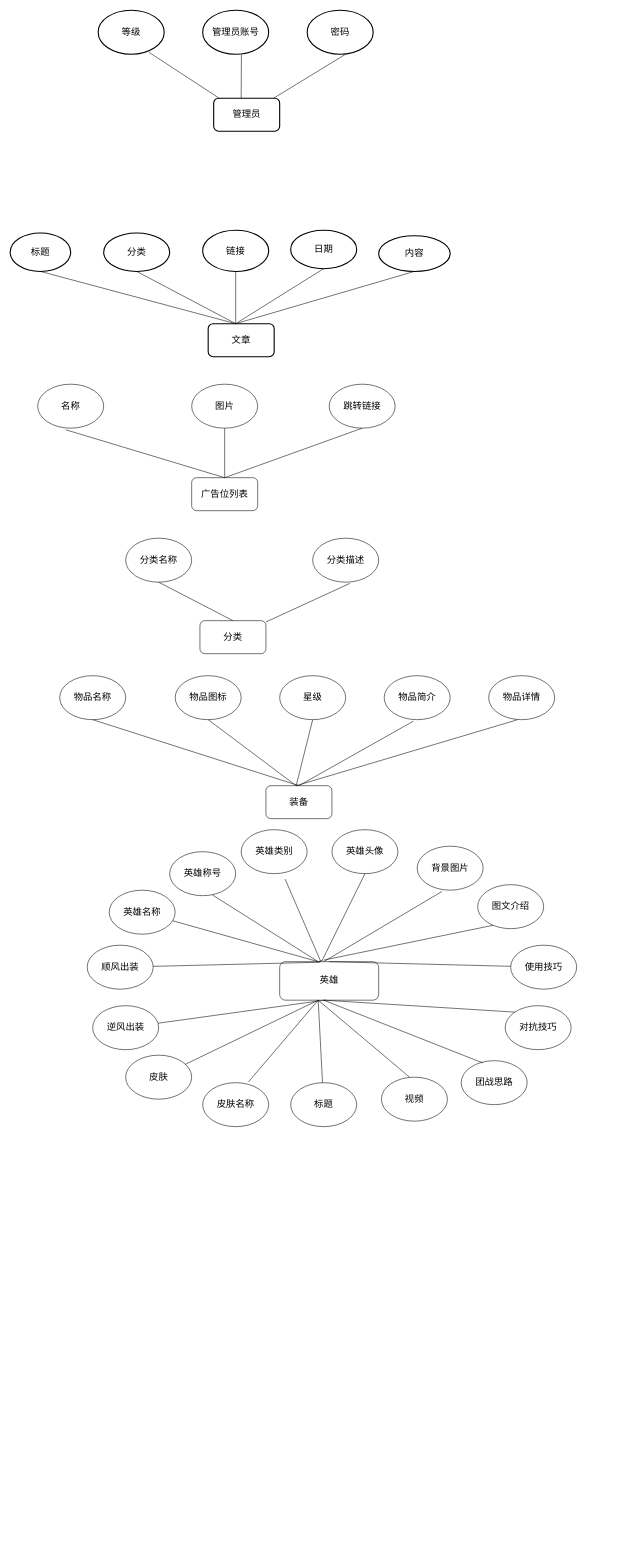
The draw.io diagram Untitled Diagram.drawio in Pengzhenglong/Drawio, before the edit. Source tidied: cells renumbered, new cells numbered last; positions are measured from the earlier drawing's top-left corner, leaving out a move shared by most shapes. Both pictures are drawn from the tidied source at 55%, with x=0, y=0 at pixel (10, 10).
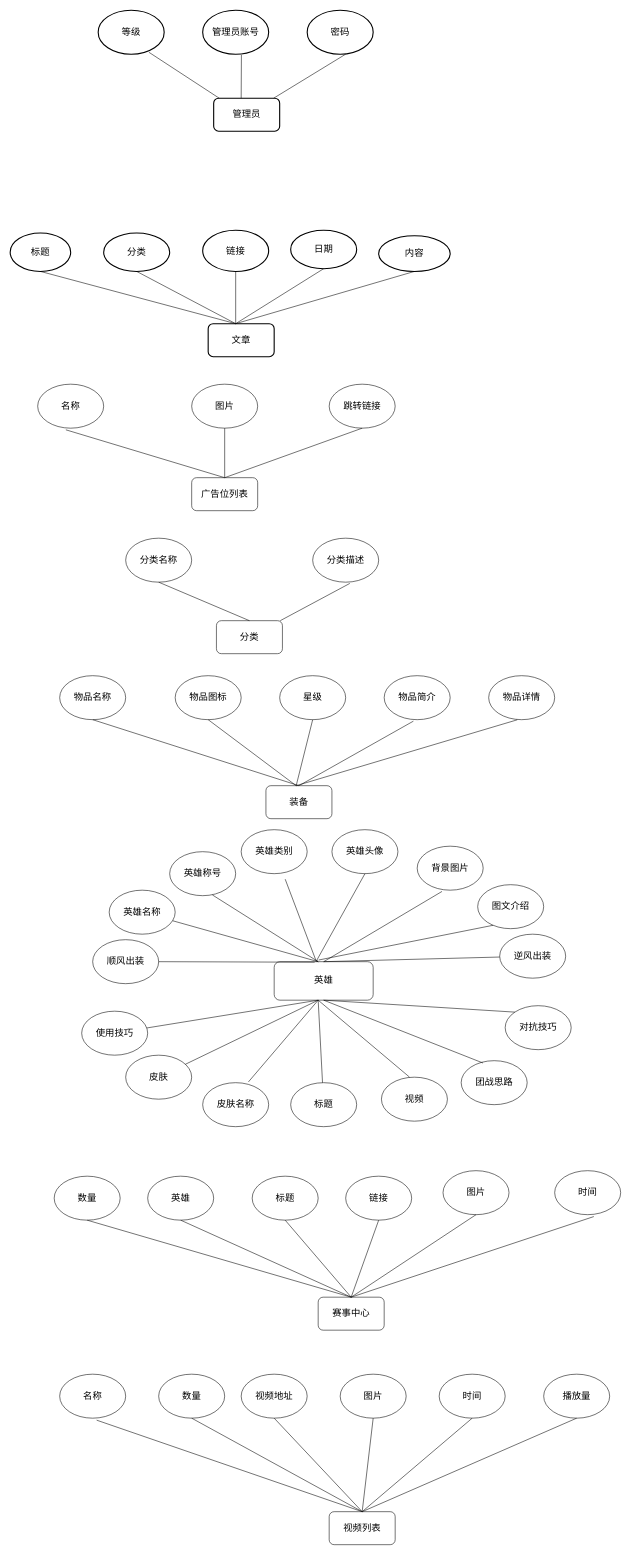
After the change.

Change to the diagram source:
```diff
@@
     <mxCell id="26" value="分类" style="rounded=1;whiteSpace=wrap;html=1;fontSize=17;" parent="1" vertex="1">
-      <mxGeometry x="345" y="1110" width="120" height="60" as="geometry" />
+      <mxGeometry x="375" y="1110" width="120" height="60" as="geometry" />
     </mxCell>
@@
     <mxCell id="35" value="英雄" style="rounded=1;whiteSpace=wrap;html=1;fontSize=17;" parent="1" vertex="1">
-      <mxGeometry x="490" y="1730" width="180" height="70" as="geometry" />
+      <mxGeometry x="480" y="1730" width="180" height="70" as="geometry" />
     </mxCell>
@@
     <mxCell id="56" value="顺风出装" style="ellipse;whiteSpace=wrap;html=1;fontSize=17;" parent="1" vertex="1">
-      <mxGeometry x="140" y="1700" width="120" height="80" as="geometry" />
+      <mxGeometry x="150" y="1690" width="120" height="80" as="geometry" />
     </mxCell>
     <mxCell id="57" value="逆风出装" style="ellipse;whiteSpace=wrap;html=1;fontSize=17;" parent="1" vertex="1">
-      <mxGeometry x="150" y="1810" width="120" height="80" as="geometry" />
+      <mxGeometry x="890" y="1680" width="120" height="80" as="geometry" />
     </mxCell>
     <mxCell id="58" value="使用技巧" style="ellipse;whiteSpace=wrap;html=1;fontSize=17;" parent="1" vertex="1">
-      <mxGeometry x="910" y="1700" width="120" height="80" as="geometry" />
+      <mxGeometry x="130" y="1820" width="120" height="80" as="geometry" />
     </mxCell>
@@
-    <mxCell id="67" style="endArrow=none;html=1;rounded=0;fontSize=17;entryX=0.462;entryY=0.997;entryDx=0;entryDy=0;entryPerimeter=0;" parent="1" edge="1" source="57" target="35">
-      <mxGeometry relative="1" as="geometry" />
+    <mxCell id="67" style="endArrow=none;html=1;rounded=0;fontSize=17;" parent="1" edge="1" source="57">
+      <mxGeometry relative="1" as="geometry">
+        <mxPoint x="570" y="1730" as="targetPoint" />
+      </mxGeometry>
     </mxCell>
@@
-    <mxCell id="75" style="endArrow=none;html=1;rounded=0;fontSize=17;exitX=0.5;exitY=0;exitDx=0;exitDy=0;" parent="1" edge="1" source="35" target="58">
-      <mxGeometry relative="1" as="geometry" />
-    </mxCell>
+    <mxCell id="76" style="endArrow=none;html=1;rounded=0;fontSize=17;" parent="1" edge="1" source="58">
+      <mxGeometry relative="1" as="geometry">
+        <mxPoint x="560" y="1800" as="targetPoint" />
+      </mxGeometry>
+    </mxCell>
+    <mxCell id="77" value="赛事中心" style="rounded=1;whiteSpace=wrap;html=1;fontSize=17;" parent="1" vertex="1">
+      <mxGeometry x="560" y="2340" width="120" height="60" as="geometry" />
+    </mxCell>
+    <mxCell id="78" value="数量" style="ellipse;whiteSpace=wrap;html=1;fontSize=17;" parent="1" vertex="1">
+      <mxGeometry x="80" y="2120" width="120" height="80" as="geometry" />
+    </mxCell>
+    <mxCell id="79" value="标题" style="ellipse;whiteSpace=wrap;html=1;fontSize=17;" parent="1" vertex="1">
+      <mxGeometry x="440" y="2120" width="120" height="80" as="geometry" />
+    </mxCell>
+    <mxCell id="80" value="链接" style="ellipse;whiteSpace=wrap;html=1;fontSize=17;" parent="1" vertex="1">
+      <mxGeometry x="610" y="2120" width="120" height="80" as="geometry" />
+    </mxCell>
+    <mxCell id="81" value="英雄" style="ellipse;whiteSpace=wrap;html=1;fontSize=17;" parent="1" vertex="1">
+      <mxGeometry x="250" y="2120" width="120" height="80" as="geometry" />
+    </mxCell>
+    <mxCell id="82" value="图片" style="ellipse;whiteSpace=wrap;html=1;fontSize=17;" parent="1" vertex="1">
+      <mxGeometry x="787" y="2110" width="120" height="80" as="geometry" />
+    </mxCell>
+    <mxCell id="83" value="时间" style="ellipse;whiteSpace=wrap;html=1;fontSize=17;" parent="1" vertex="1">
+      <mxGeometry x="990" y="2110" width="120" height="80" as="geometry" />
+    </mxCell>
+    <mxCell id="84" style="endArrow=none;html=1;rounded=0;fontSize=17;exitX=0.5;exitY=1;exitDx=0;exitDy=0;entryX=0.5;entryY=0;entryDx=0;entryDy=0;" parent="1" edge="1" source="78" target="77">
+      <mxGeometry relative="1" as="geometry" />
+    </mxCell>
+    <mxCell id="85" style="endArrow=none;html=1;rounded=0;fontSize=17;exitX=0.5;exitY=1;exitDx=0;exitDy=0;entryX=0.5;entryY=0;entryDx=0;entryDy=0;" parent="1" edge="1" source="81" target="77">
+      <mxGeometry relative="1" as="geometry" />
+    </mxCell>
+    <mxCell id="86" style="endArrow=none;html=1;rounded=0;fontSize=17;exitX=0.5;exitY=1;exitDx=0;exitDy=0;entryX=0.5;entryY=0;entryDx=0;entryDy=0;" parent="1" edge="1" source="79" target="77">
+      <mxGeometry relative="1" as="geometry" />
+    </mxCell>
+    <mxCell id="87" style="endArrow=none;html=1;rounded=0;fontSize=17;entryX=0.5;entryY=1;entryDx=0;entryDy=0;exitX=0.5;exitY=0;exitDx=0;exitDy=0;" parent="1" edge="1" source="77" target="80">
+      <mxGeometry relative="1" as="geometry" />
+    </mxCell>
+    <mxCell id="88" style="endArrow=none;html=1;rounded=0;fontSize=17;entryX=0.5;entryY=1;entryDx=0;entryDy=0;exitX=0.5;exitY=0;exitDx=0;exitDy=0;" parent="1" edge="1" source="77" target="82">
+      <mxGeometry relative="1" as="geometry" />
+    </mxCell>
+    <mxCell id="89" style="endArrow=none;html=1;rounded=0;fontSize=17;entryX=0.593;entryY=1.043;entryDx=0;entryDy=0;entryPerimeter=0;exitX=0.5;exitY=0;exitDx=0;exitDy=0;" parent="1" edge="1" source="77" target="83">
+      <mxGeometry relative="1" as="geometry" />
+    </mxCell>
+    <mxCell id="90" value="视频列表" style="rounded=1;whiteSpace=wrap;html=1;fontSize=17;" parent="1" vertex="1">
+      <mxGeometry x="580" y="2730" width="120" height="60" as="geometry" />
+    </mxCell>
+    <mxCell id="91" value="名称" style="ellipse;whiteSpace=wrap;html=1;fontSize=17;" parent="1" vertex="1">
+      <mxGeometry x="90" y="2480" width="120" height="80" as="geometry" />
+    </mxCell>
+    <mxCell id="92" value="视频地址" style="ellipse;whiteSpace=wrap;html=1;fontSize=17;" parent="1" vertex="1">
+      <mxGeometry x="420" y="2480" width="120" height="80" as="geometry" />
+    </mxCell>
+    <mxCell id="93" value="图片" style="ellipse;whiteSpace=wrap;html=1;fontSize=17;" parent="1" vertex="1">
+      <mxGeometry x="600" y="2480" width="120" height="80" as="geometry" />
+    </mxCell>
+    <mxCell id="94" value="数量" style="ellipse;whiteSpace=wrap;html=1;fontSize=17;" parent="1" vertex="1">
+      <mxGeometry x="270" y="2480" width="120" height="80" as="geometry" />
+    </mxCell>
+    <mxCell id="95" value="时间" style="ellipse;whiteSpace=wrap;html=1;fontSize=17;" parent="1" vertex="1">
+      <mxGeometry x="780" y="2480" width="120" height="80" as="geometry" />
+    </mxCell>
+    <mxCell id="96" value="播放量" style="ellipse;whiteSpace=wrap;html=1;fontSize=17;" parent="1" vertex="1">
+      <mxGeometry x="970" y="2480" width="120" height="80" as="geometry" />
+    </mxCell>
+    <mxCell id="97" style="endArrow=none;html=1;rounded=0;fontSize=17;exitX=0.56;exitY=1.045;exitDx=0;exitDy=0;exitPerimeter=0;entryX=0.5;entryY=0;entryDx=0;entryDy=0;" parent="1" edge="1" source="91" target="90">
+      <mxGeometry relative="1" as="geometry" />
+    </mxCell>
+    <mxCell id="98" style="endArrow=none;html=1;rounded=0;fontSize=17;entryX=0.5;entryY=1;entryDx=0;entryDy=0;" parent="1" edge="1" target="94">
+      <mxGeometry relative="1" as="geometry">
+        <mxPoint x="640" y="2730" as="sourcePoint" />
+      </mxGeometry>
+    </mxCell>
+    <mxCell id="99" style="endArrow=none;html=1;rounded=0;fontSize=17;entryX=0.5;entryY=1;entryDx=0;entryDy=0;exitX=0.5;exitY=0;exitDx=0;exitDy=0;" parent="1" edge="1" source="90" target="92">
+      <mxGeometry relative="1" as="geometry" />
+    </mxCell>
+    <mxCell id="100" style="endArrow=none;html=1;rounded=0;fontSize=17;entryX=0.5;entryY=1;entryDx=0;entryDy=0;exitX=0.5;exitY=0;exitDx=0;exitDy=0;" parent="1" edge="1" source="90" target="93">
+      <mxGeometry relative="1" as="geometry" />
+    </mxCell>
+    <mxCell id="101" style="endArrow=none;html=1;rounded=0;fontSize=17;entryX=0.5;entryY=1;entryDx=0;entryDy=0;exitX=0.5;exitY=0;exitDx=0;exitDy=0;" parent="1" edge="1" source="90" target="95">
+      <mxGeometry relative="1" as="geometry" />
+    </mxCell>
+    <mxCell id="102" style="endArrow=none;html=1;rounded=0;fontSize=17;entryX=0.5;entryY=1;entryDx=0;entryDy=0;" parent="1" edge="1" target="96">
+      <mxGeometry relative="1" as="geometry">
+        <mxPoint x="640" y="2730" as="sourcePoint" />
+      </mxGeometry>
+    </mxCell>
```
